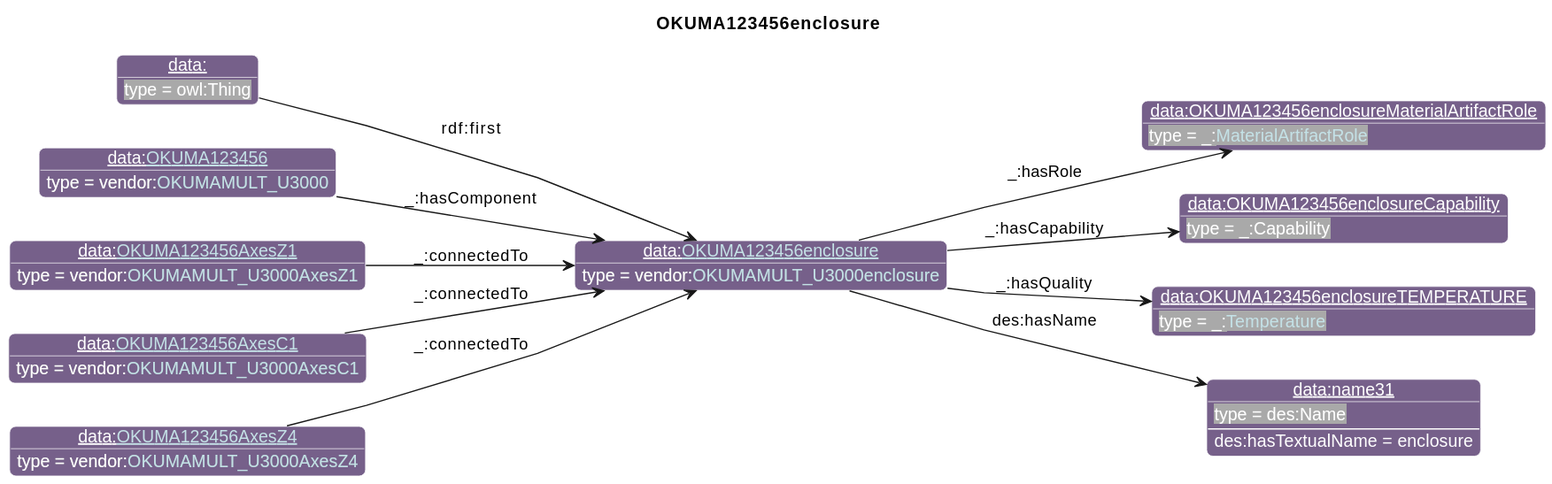
iofoundry/example-syseng-mtconnect keeps this PlantUML diagram as diagrams/OKUMA123456enclosure.svg. Above is the earlier version.
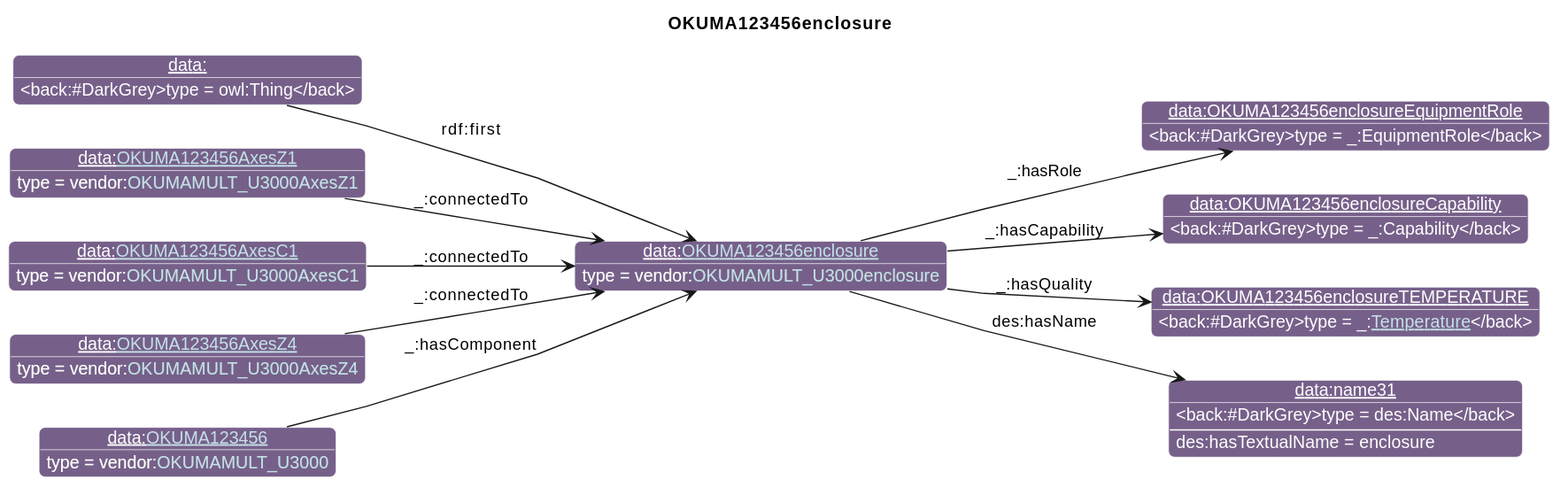
Above is the later version.

What changed in the source:
```diff
@@ -26,23 +26,23 @@
                       "qp":"641B2E"
       }
 individual(o0, data:[[./OKUMA123456enclosure.html OKUMA123456enclosure]], vendor:[[../OKUMA.html#OKUMAMULT_U3000enclosure OKUMAMULT_U3000enclosure]])
-individual(o1, data:OKUMA123456enclosureMaterialArtifactRole, _:[[../MTConnect.html#MaterialArtifactRole MaterialArtifactRole]])
+individual(o1, data:OKUMA123456enclosureEquipmentRole, _:EquipmentRole)
 individual(o2, data:OKUMA123456enclosureCapability, _:Capability)
 individual(o3, data:OKUMA123456enclosureTEMPERATURE, _:[[../MTConnect.html#Temperature Temperature]])
 individual(o4, data:name31, des:Name)
 individual(o5, data:, owl:Thing)
-individual(o6, data:[[./OKUMA123456.html OKUMA123456]], vendor:[[../OKUMA.html#OKUMAMULT_U3000 OKUMAMULT_U3000]])
-individual(o7, data:[[./OKUMA123456AxesZ1.html OKUMA123456AxesZ1]], vendor:[[../OKUMA.html#OKUMAMULT_U3000AxesZ1 OKUMAMULT_U3000AxesZ1]])
-individual(o8, data:[[./OKUMA123456AxesC1.html OKUMA123456AxesC1]], vendor:[[../OKUMA.html#OKUMAMULT_U3000AxesC1 OKUMAMULT_U3000AxesC1]])
-individual(o9, data:[[./OKUMA123456AxesZ4.html OKUMA123456AxesZ4]], vendor:[[../OKUMA.html#OKUMAMULT_U3000AxesZ4 OKUMAMULT_U3000AxesZ4]])
+individual(o6, data:[[./OKUMA123456AxesZ1.html OKUMA123456AxesZ1]], vendor:[[../OKUMA.html#OKUMAMULT_U3000AxesZ1 OKUMAMULT_U3000AxesZ1]])
+individual(o7, data:[[./OKUMA123456AxesC1.html OKUMA123456AxesC1]], vendor:[[../OKUMA.html#OKUMAMULT_U3000AxesC1 OKUMAMULT_U3000AxesC1]])
+individual(o8, data:[[./OKUMA123456AxesZ4.html OKUMA123456AxesZ4]], vendor:[[../OKUMA.html#OKUMAMULT_U3000AxesZ4 OKUMAMULT_U3000AxesZ4]])
+individual(o9, data:[[./OKUMA123456.html OKUMA123456]], vendor:[[../OKUMA.html#OKUMAMULT_U3000 OKUMAMULT_U3000]])
 property(o0, "_:hasRole", o1)
 property(o0, "_:hasCapability", o2)
 property(o0, "_:hasQuality", o3)
 property(o0, "des:hasName", o4)
 data(o4, "des:hasTextualName", "enclosure")
 property(o5, "rdf:first", o0)
-property(o6, "_:hasComponent", o0)
+property(o6, "_:connectedTo", o0)
 property(o7, "_:connectedTo", o0)
 property(o8, "_:connectedTo", o0)
-property(o9, "_:connectedTo", o0)
+property(o9, "_:hasComponent", o0)
 @enduml
```
